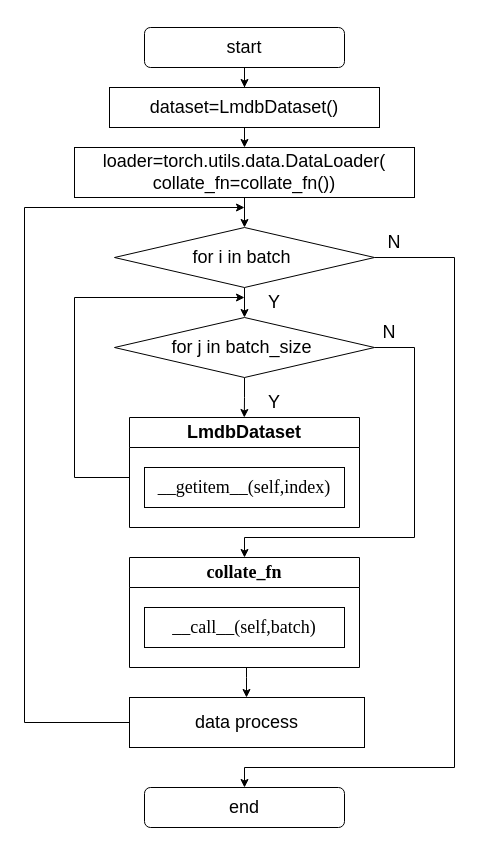
Before: thesis_data_load.drawio in Dong-J93/_pictures, a draw.io diagram. Source tidied: cells renumbered, new cells numbered last; positions are measured from the earlier drawing's top-left corner, leaving out a move shared by most shapes. Both pictures are drawn from the tidied source at 100%, with x=0, y=0 at pixel (24, 27).
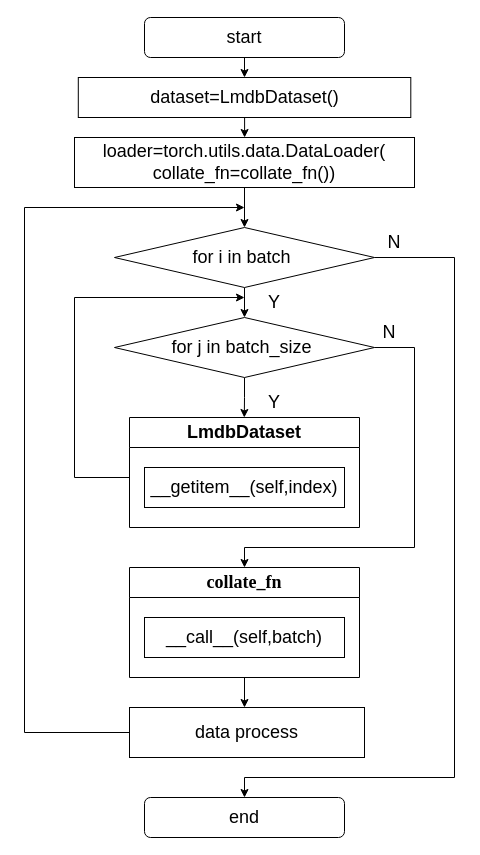
After the change.

The change refers to these unchanged cells:
```xml
<mxCell id="3" value="&lt;font style=&quot;font-size: 18px;&quot;&gt;LmdbDataset&lt;/font&gt;" style="swimlane;whiteSpace=wrap;html=1;startSize=30;" parent="1" vertex="1">
  <mxGeometry x="105" y="390" width="230" height="110" as="geometry" />
</mxCell>
<mxCell id="14" value="&lt;font style=&quot;font-size: 18px;&quot;&gt;for i in batch&amp;nbsp;&lt;/font&gt;" style="rhombus;whiteSpace=wrap;html=1;" parent="1" vertex="1">
  <mxGeometry x="90" y="200" width="260" height="60" as="geometry" />
</mxCell>
<mxCell id="17" value="&lt;font style=&quot;font-size: 18px;&quot;&gt;for j in batch_size&amp;nbsp;&lt;/font&gt;" style="rhombus;whiteSpace=wrap;html=1;" parent="1" vertex="1">
  <mxGeometry x="90" y="290" width="260" height="60" as="geometry" />
</mxCell>
```

Change to the diagram source:
```diff
@@
-    <mxCell id="4" value="&lt;p class=&quot;MsoNormal&quot;&gt;&lt;font style=&quot;font-size: 18px;&quot; face=&quot;Times New Roman&quot;&gt;__getitem__(self,index)&lt;/font&gt;&lt;/p&gt;" style="rounded=0;whiteSpace=wrap;html=1;" parent="3" vertex="1">
+    <mxCell id="4" value="&lt;p class=&quot;MsoNormal&quot;&gt;&lt;font style=&quot;font-size: 18px;&quot;&gt;__getitem__(self,index)&lt;/font&gt;&lt;/p&gt;" style="rounded=0;whiteSpace=wrap;html=1;" parent="3" vertex="1">
       <mxGeometry x="15" y="50" width="200" height="40" as="geometry" />
     </mxCell>
@@
     <mxCell id="6" value="&lt;p class=&quot;MsoNormal&quot;&gt;&lt;font style=&quot;font-size: 18px;&quot; face=&quot;Times New Roman&quot;&gt;collate_fn&lt;/font&gt;&lt;/p&gt;" style="swimlane;whiteSpace=wrap;html=1;startSize=30;" parent="1" vertex="1">
-      <mxGeometry x="105" y="530" width="230" height="110" as="geometry" />
+      <mxGeometry x="105" y="540" width="230" height="110" as="geometry" />
     </mxCell>
-    <mxCell id="7" value="&lt;p class=&quot;MsoNormal&quot;&gt;&lt;font style=&quot;font-size: 18px;&quot; face=&quot;Times New Roman&quot;&gt;__call__(self,batch)&lt;/font&gt;&lt;/p&gt;" style="rounded=0;whiteSpace=wrap;html=1;" parent="6" vertex="1">
+    <mxCell id="7" value="&lt;p class=&quot;MsoNormal&quot;&gt;&lt;font style=&quot;font-size: 18px;&quot;&gt;__call__(self,batch)&lt;/font&gt;&lt;/p&gt;" style="rounded=0;whiteSpace=wrap;html=1;" parent="6" vertex="1">
       <mxGeometry x="15" y="50" width="200" height="40" as="geometry" />
     </mxCell>
-    <mxCell id="8" style="edgeStyle=orthogonalEdgeStyle;rounded=0;jettySize=auto;html=1;" parent="1" edge="1" source="9" target="22">
-      <mxGeometry relative="1" as="geometry" />
-    </mxCell>
-    <mxCell id="9" value="&lt;font style=&quot;font-size: 18px;&quot;&gt;start&lt;/font&gt;" style="rounded=1;whiteSpace=wrap;html=1;" parent="1" vertex="1">
-      <mxGeometry x="120" width="200" height="40" as="geometry" />
-    </mxCell>
@@
     <mxCell id="11" value="&lt;font style=&quot;font-size: 18px;&quot;&gt;loader=torch.utils.data.DataLoader(&lt;br&gt;collate_fn=collate_fn())&lt;/font&gt;" style="rounded=0;whiteSpace=wrap;html=1;" parent="1" vertex="1">
-      <mxGeometry x="50" y="120" width="340" height="50" as="geometry" />
+      <mxGeometry x="50" y="110" width="340" height="50" as="geometry" />
     </mxCell>
@@
     <mxCell id="13" style="edgeStyle=orthogonalEdgeStyle;rounded=0;jettySize=auto;html=1;exitX=1;exitY=0.5;exitDx=0;exitDy=0;entryX=0.5;entryY=0;entryDx=0;entryDy=0;" parent="1" edge="1" source="14" target="26">
       <mxGeometry relative="1" as="geometry">
         <Array as="points">
           <mxPoint x="430" y="230" />
-          <mxPoint x="430" y="740" />
-          <mxPoint x="220" y="740" />
+          <mxPoint x="430" y="750" />
+          <mxPoint x="220" y="750" />
         </Array>
       </mxGeometry>
     </mxCell>
@@
     <mxCell id="16" style="edgeStyle=orthogonalEdgeStyle;rounded=0;jettySize=auto;html=1;exitX=1;exitY=0.5;exitDx=0;exitDy=0;entryX=0.5;entryY=0;entryDx=0;entryDy=0;" parent="1" edge="1" source="17" target="6">
       <mxGeometry relative="1" as="geometry">
         <Array as="points">
           <mxPoint x="390" y="320" />
-          <mxPoint x="390" y="510" />
-          <mxPoint x="220" y="510" />
+          <mxPoint x="390" y="520" />
+          <mxPoint x="220" y="520" />
         </Array>
       </mxGeometry>
     </mxCell>
@@
     <mxCell id="21" style="edgeStyle=orthogonalEdgeStyle;rounded=0;jettySize=auto;html=1;" parent="1" edge="1" source="22">
       <mxGeometry relative="1" as="geometry">
-        <mxPoint x="220" y="120" as="targetPoint" />
+        <mxPoint x="220" y="110" as="targetPoint" />
       </mxGeometry>
     </mxCell>
     <mxCell id="22" value="&lt;font style=&quot;font-size: 18px;&quot;&gt;dataset=LmdbDataset()&lt;/font&gt;" style="rounded=0;whiteSpace=wrap;html=1;" parent="1" vertex="1">
-      <mxGeometry x="85" y="60" width="270" height="40" as="geometry" />
+      <mxGeometry x="53.8" y="50" width="332.5" height="40" as="geometry" />
     </mxCell>
     <mxCell id="23" style="edgeStyle=orthogonalEdgeStyle;rounded=0;jettySize=auto;html=1;" parent="1" edge="1" source="24">
       <mxGeometry relative="1" as="geometry">
         <mxPoint x="220" y="180" as="targetPoint" />
         <Array as="points">
-          <mxPoint y="695" />
+          <mxPoint y="705" />
           <mxPoint y="180" />
-          <mxPoint x="220" y="180" />
         </Array>
       </mxGeometry>
     </mxCell>
     <mxCell id="24" value="&lt;font style=&quot;font-size: 18px;&quot;&gt;data process&lt;/font&gt;" style="rounded=0;whiteSpace=wrap;html=1;" parent="1" vertex="1">
-      <mxGeometry x="105" y="670" width="235" height="50" as="geometry" />
+      <mxGeometry x="105" y="680" width="235" height="50" as="geometry" />
     </mxCell>
@@
     <mxCell id="26" value="&lt;font style=&quot;font-size: 18px;&quot;&gt;end&lt;/font&gt;" style="rounded=1;whiteSpace=wrap;html=1;" parent="1" vertex="1">
-      <mxGeometry x="120" y="760" width="200" height="40" as="geometry" />
+      <mxGeometry x="120" y="770" width="200" height="40" as="geometry" />
     </mxCell>
+    <mxCell id="8" style="edgeStyle=orthogonalEdgeStyle;rounded=0;jettySize=auto;html=1;" parent="1" edge="1" source="9" target="22">
+      <mxGeometry relative="1" as="geometry" />
+    </mxCell>
+    <mxCell id="9" value="&lt;font style=&quot;font-size: 18px;&quot;&gt;start&lt;/font&gt;" style="rounded=1;whiteSpace=wrap;html=1;" parent="1" vertex="1">
+      <mxGeometry x="120" y="-10" width="200" height="40" as="geometry" />
+    </mxCell>
```
